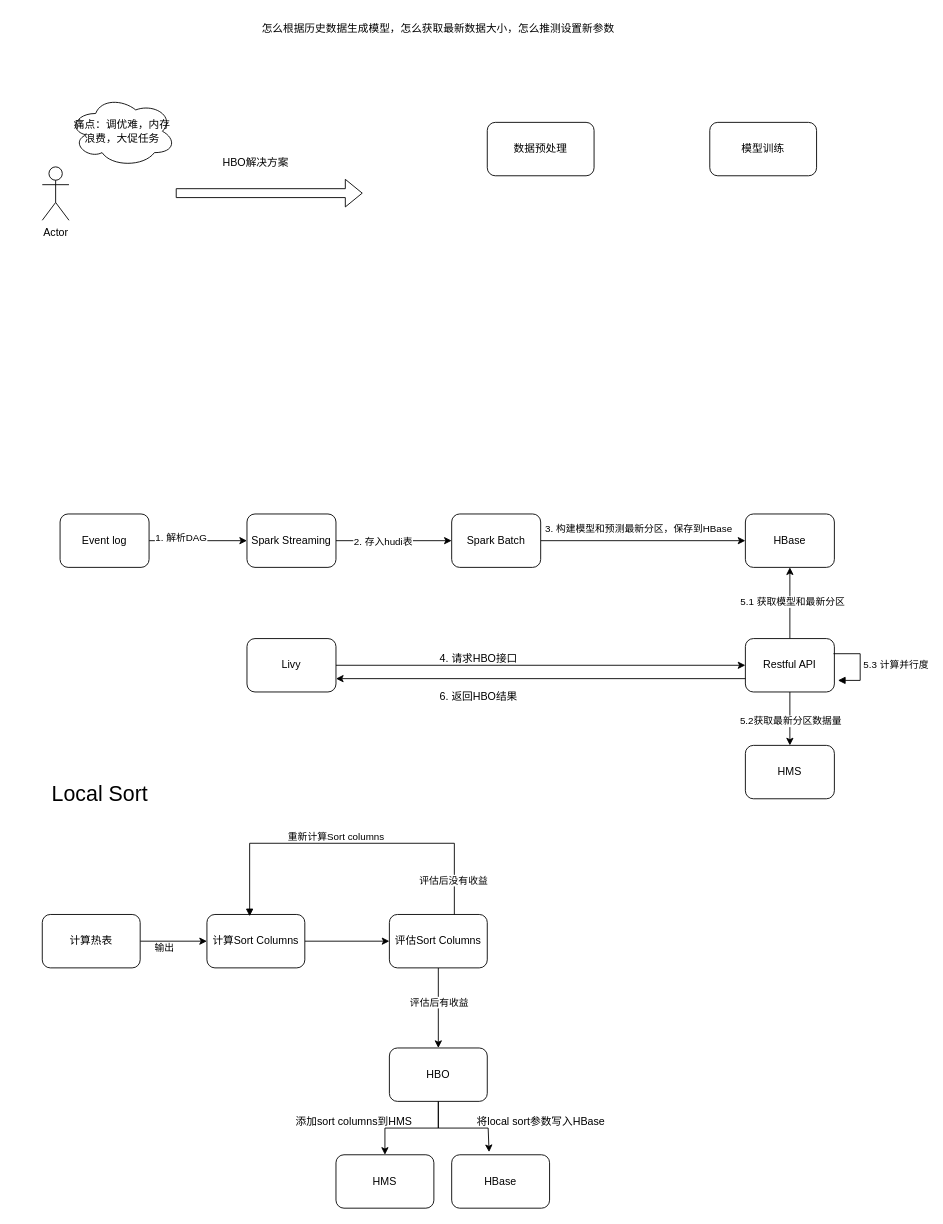
Before: page "HBO" (10 of 11) of Spark.drawio in huangxiaopingRD/diagrams, a draw.io diagram. Source tidied: cells renumbered, new cells numbered last; positions are measured from the earlier drawing's top-left corner, leaving out a move shared by most shapes. Both pictures are drawn from the tidied source at 89%, with x=0, y=0 at pixel (15, 15).
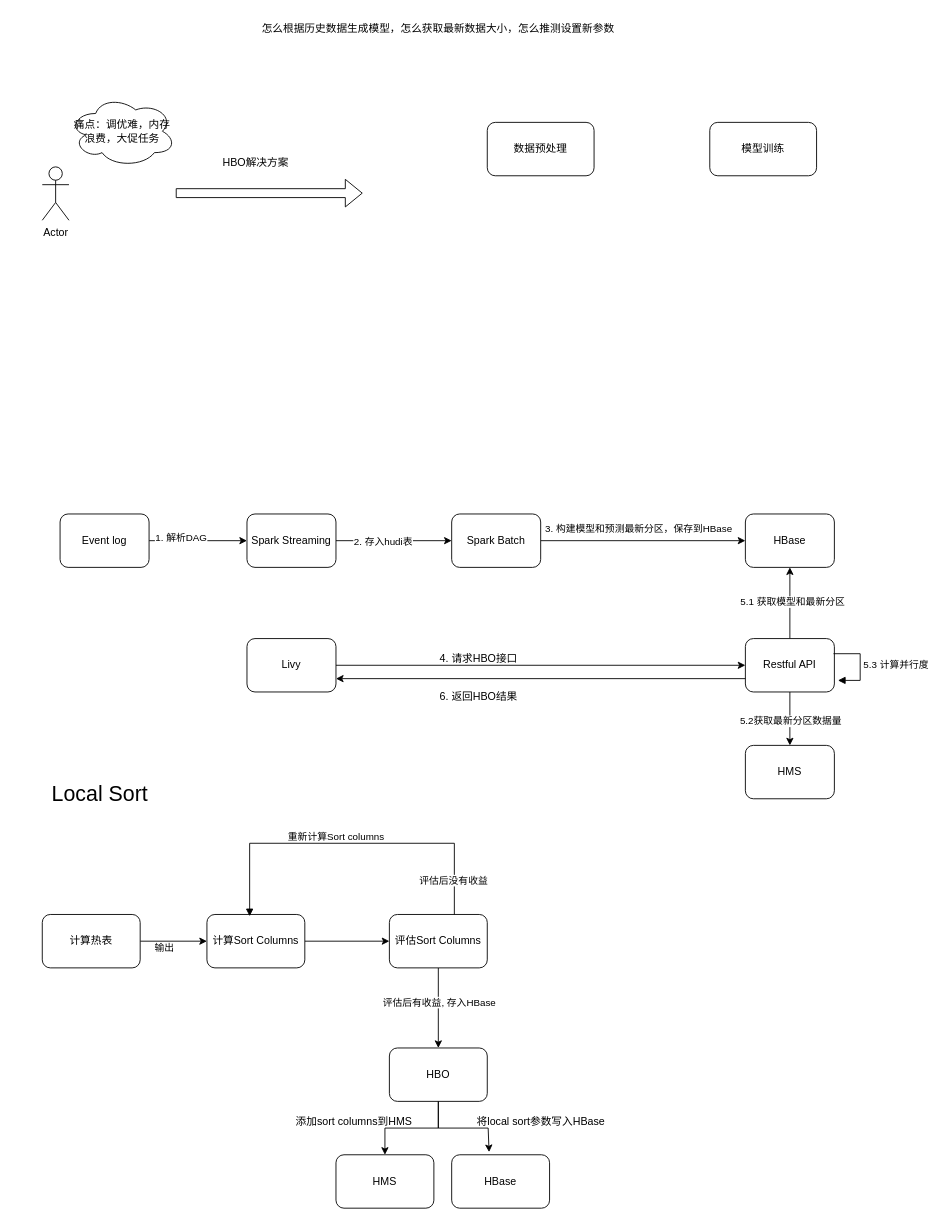
After the change.

Unchanged cells that the change refers to:
```xml
<mxCell id="40" style="edgeStyle=orthogonalEdgeStyle;rounded=0;jettySize=auto;html=1;" parent="1" edge="1" source="42" target="39">
  <mxGeometry relative="1" as="geometry" />
</mxCell>
```

Change to the diagram source:
```diff
@@
-    <mxCell id="41" value="评估后有收益" style="edgeLabel;html=1;align=center;verticalAlign=middle;" parent="40" vertex="1">
+    <mxCell id="41" value="评估后有收益, 存入HBase" style="edgeLabel;html=1;align=center;verticalAlign=middle;" parent="40" vertex="1">
       <mxGeometry x="-0.16" relative="1" as="geometry" />
     </mxCell>
```
